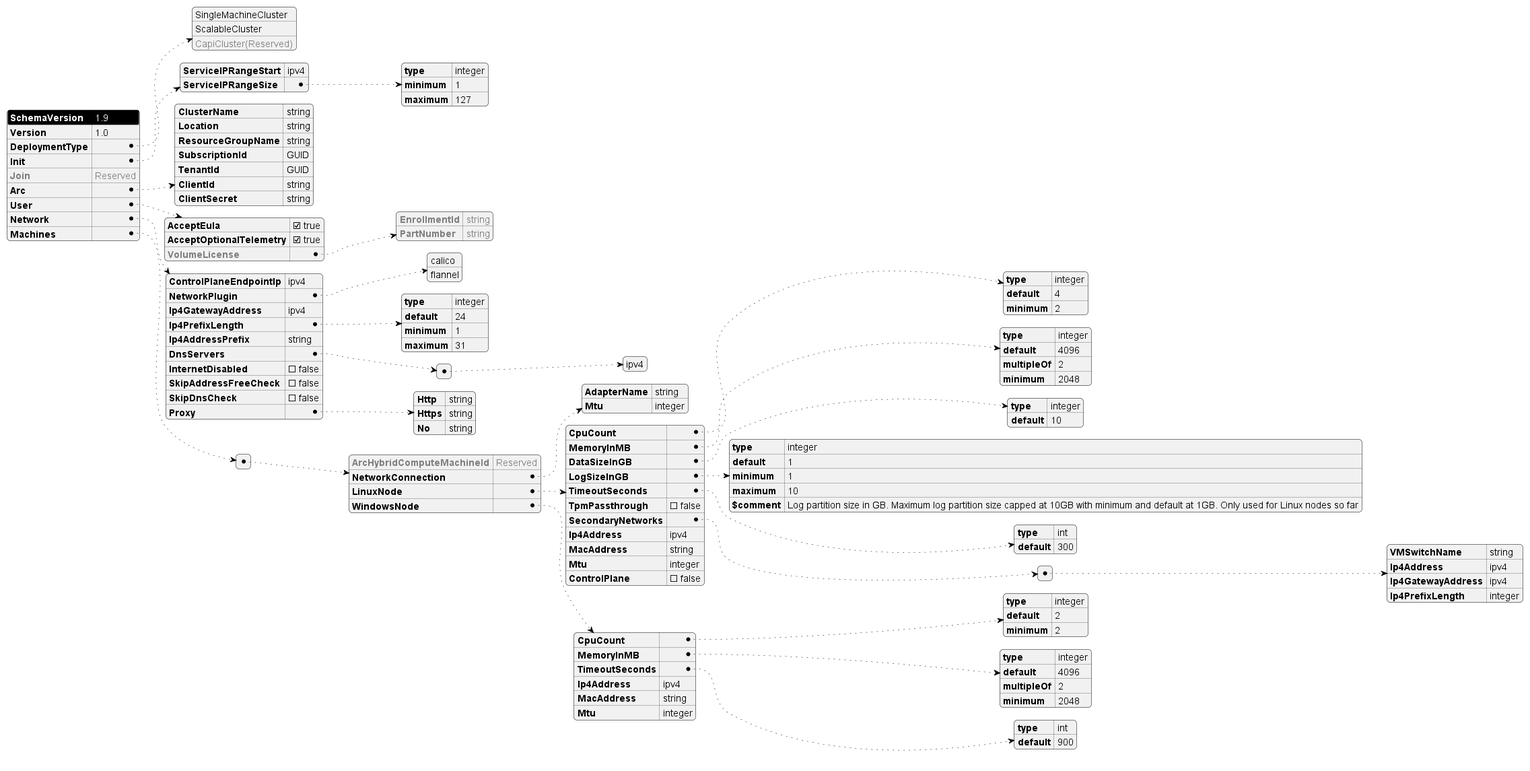
This is tools/modules/AksEdgeDeploy/AksEdgeSchema.png from Azure/AKS-Edge, a PlantUML export, as it was before one commit.
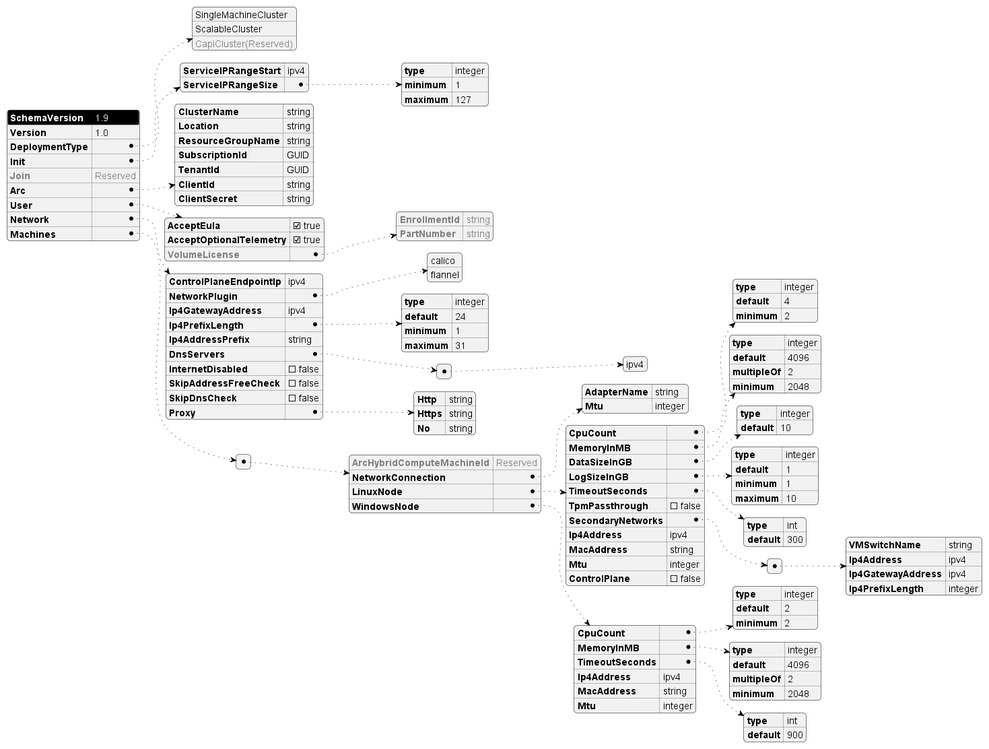
The same diagram one commit later.

Commit message:
Removed comment from the schema diagram and updated the ps script version

Change to the diagram source:
```diff
@@ -104,8 +104,7 @@
                 "type": "integer",
                 "default": 1,
                 "minimum" : 1,
-                "maximum" : 10,
-                "$comment": "Log partition size in GB. Maximum log partition size capped at 10GB with minimum and default at 1GB. Only used for Linux nodes so far"
+                "maximum" : 10
             },
             "TimeoutSeconds": {
                 "type": "int",
```
